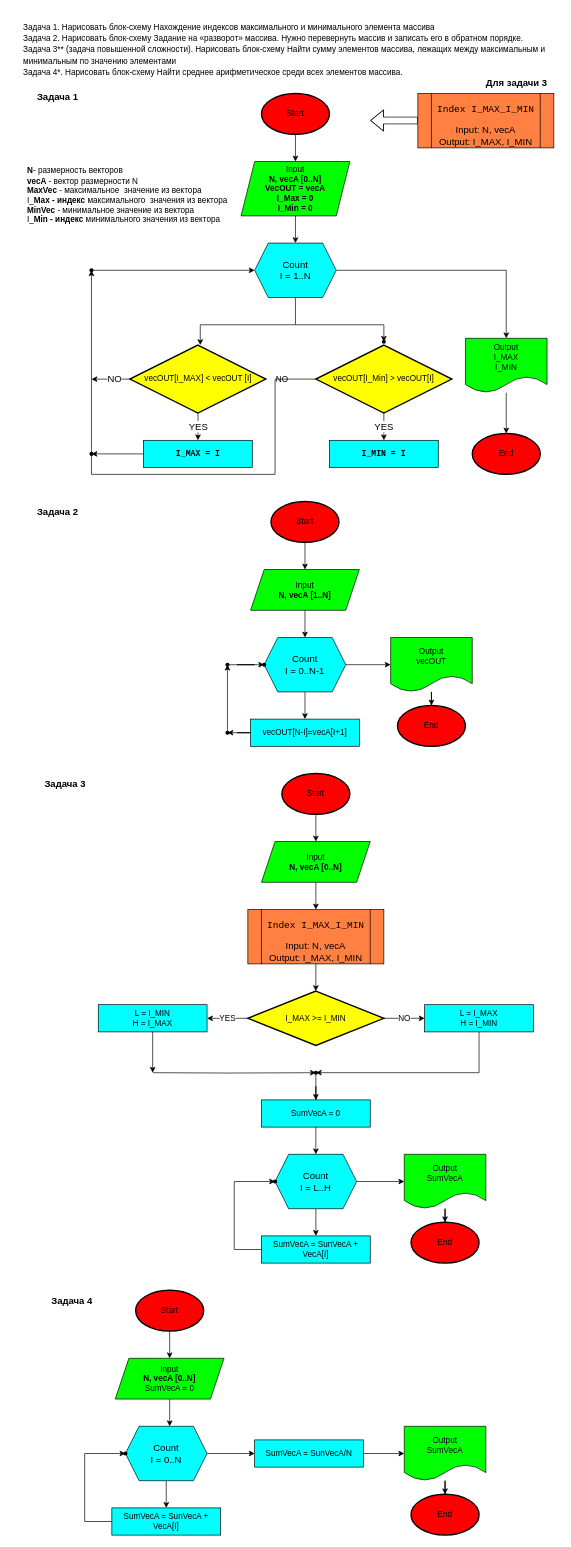
This is safonov_seminar2_hw.drawio from saffonov/gb_learning, a draw.io file, before an edit. Source tidied: cells renumbered, new cells numbered last; positions are measured from the earlier drawing's top-left corner, leaving out a move shared by most shapes. Both pictures are drawn from the tidied source at 68%, with x=0, y=0 at pixel (22, 12).
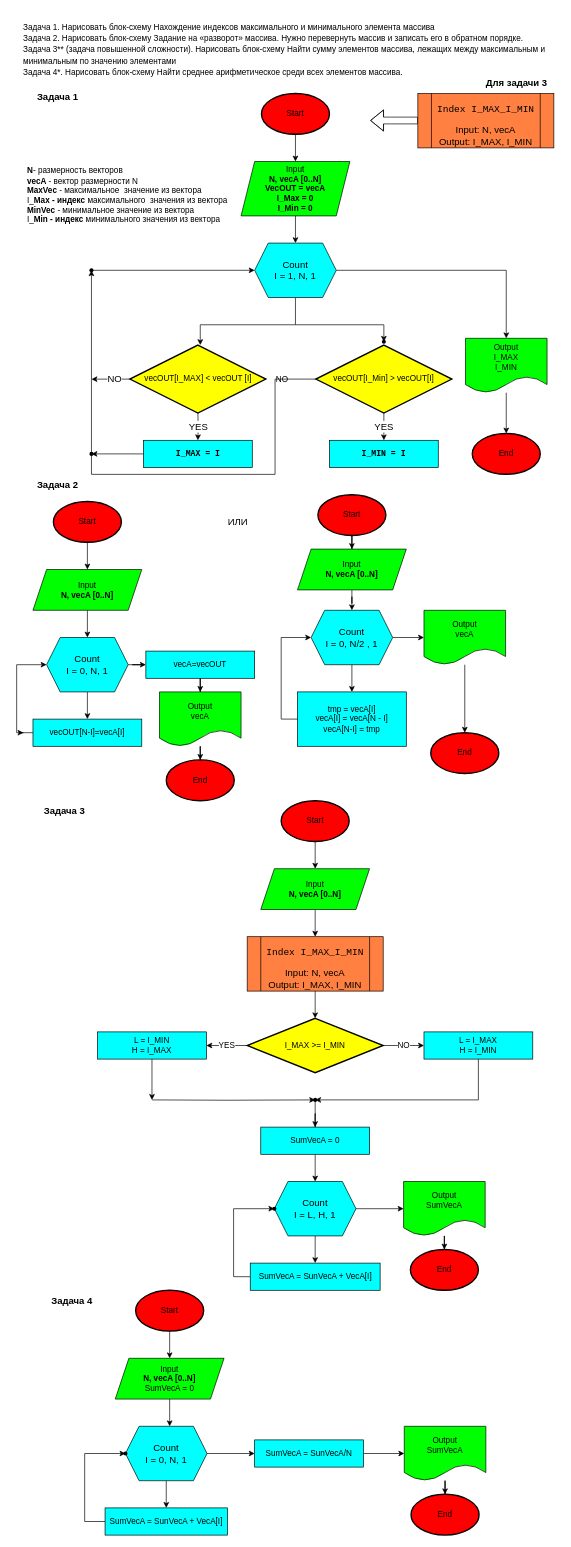
After the change.

Change to the diagram source:
```diff
@@
-    <mxCell id="14" value="&lt;div&gt;Count&lt;/div&gt;&lt;div&gt;I = 1..N&lt;br&gt;&lt;/div&gt;" style="shape=hexagon;perimeter=hexagonPerimeter2;whiteSpace=wrap;html=1;fixedSize=1;fontFamily=Helvetica;fontSize=14;fillColor=#00FFFF;" parent="1" vertex="1">
+    <mxCell id="14" value="&lt;div&gt;Count&lt;/div&gt;&lt;div&gt;I = 1, N, 1&lt;br&gt;&lt;/div&gt;" style="shape=hexagon;perimeter=hexagonPerimeter2;whiteSpace=wrap;html=1;fixedSize=1;fontFamily=Helvetica;fontSize=14;fillColor=#00FFFF;" parent="1" vertex="1">
       <mxGeometry x="342" y="340" width="120" height="80" as="geometry" />
     </mxCell>
@@
     <mxCell id="32" value="Start" style="strokeWidth=2;html=1;shape=mxgraph.flowchart.start_1;whiteSpace=wrap;fillColor=#FF0000;" parent="1" vertex="1">
-      <mxGeometry x="366" y="720" width="100" height="60" as="geometry" />
+      <mxGeometry x="46" y="720" width="100" height="60" as="geometry" />
     </mxCell>
     <mxCell id="33" value="&lt;b&gt;Задача 2&lt;br&gt;&lt;/b&gt;" style="text;html=1;align=center;verticalAlign=middle;strokeColor=none;fillColor=none;fontSize=14;fontFamily=Helvetica;" parent="1" vertex="1">
-      <mxGeometry x="12" y="720" width="80" height="30" as="geometry" />
+      <mxGeometry x="12" y="680" width="80" height="30" as="geometry" />
     </mxCell>
     <mxCell id="34" value="End" style="strokeWidth=2;html=1;shape=mxgraph.flowchart.start_1;whiteSpace=wrap;fillColor=#FF0000;" parent="1" vertex="1">
-      <mxGeometry x="552" y="1020" width="100" height="60" as="geometry" />
+      <mxGeometry x="212" y="1100" width="100" height="60" as="geometry" />
     </mxCell>
@@
-    <mxCell id="36" value="&lt;div&gt;Input&lt;/div&gt;&lt;div&gt;&lt;b&gt;N, vecA [1..N]&lt;/b&gt;&lt;/div&gt;" style="shape=parallelogram;perimeter=parallelogramPerimeter;whiteSpace=wrap;html=1;fixedSize=1;fillColor=#00FF00;" parent="1" vertex="1">
-      <mxGeometry x="336" y="820" width="160" height="60" as="geometry" />
+    <mxCell id="36" value="&lt;div&gt;Input&lt;/div&gt;&lt;div&gt;&lt;b&gt;N, vecA [0..N]&lt;/b&gt;&lt;/div&gt;" style="shape=parallelogram;perimeter=parallelogramPerimeter;whiteSpace=wrap;html=1;fixedSize=1;fillColor=#00FF00;" parent="1" vertex="1">
+      <mxGeometry x="16" y="820" width="160" height="60" as="geometry" />
     </mxCell>
@@
-    <mxCell id="38" value="&lt;div&gt;Output&lt;/div&gt;vecOUT" style="shape=document;whiteSpace=wrap;html=1;boundedLbl=1;fillColor=#00FF00;" parent="1" vertex="1">
-      <mxGeometry x="542" y="920" width="120" height="80" as="geometry" />
+    <mxCell id="38" value="&lt;div&gt;Output&lt;/div&gt;vecA" style="shape=document;whiteSpace=wrap;html=1;boundedLbl=1;fillColor=#00FF00;" parent="1" vertex="1">
+      <mxGeometry x="202" y="1000" width="120" height="80" as="geometry" />
     </mxCell>
@@
+    <mxCell id="99" style="edgeStyle=orthogonalEdgeStyle;rounded=0;jettySize=auto;html=1;fontFamily=Helvetica;fontSize=12;" parent="1" edge="1" source="40" target="101">
+      <mxGeometry relative="1" as="geometry" />
+    </mxCell>
-    <mxCell id="40" value="&lt;div&gt;Count&lt;/div&gt;&lt;div&gt;I = 0..N-1&lt;br&gt;&lt;/div&gt;" style="shape=hexagon;perimeter=hexagonPerimeter2;whiteSpace=wrap;html=1;fixedSize=1;fontFamily=Helvetica;fontSize=14;fillColor=#00FFFF;" parent="1" vertex="1">
-      <mxGeometry x="356" y="920" width="120" height="80" as="geometry" />
+    <mxCell id="40" value="&lt;div&gt;Count&lt;/div&gt;&lt;div&gt;I = 0, N, 1&lt;br&gt;&lt;/div&gt;" style="shape=hexagon;perimeter=hexagonPerimeter2;whiteSpace=wrap;html=1;fixedSize=1;fontFamily=Helvetica;fontSize=14;fillColor=#00FFFF;" parent="1" vertex="1">
+      <mxGeometry x="36" y="920" width="120" height="80" as="geometry" />
     </mxCell>
-    <mxCell id="41" style="edgeStyle=orthogonalEdgeStyle;rounded=0;jettySize=auto;html=1;fontFamily=Helvetica;fontSize=12;" parent="1" edge="1" source="42" target="48">
-      <mxGeometry relative="1" as="geometry" />
+    <mxCell id="41" style="edgeStyle=orthogonalEdgeStyle;rounded=0;jettySize=auto;html=1;fontFamily=Helvetica;fontSize=12;" parent="1" edge="1" source="42">
+      <mxGeometry relative="1" as="geometry">
+        <mxPoint x="2" y="1060" as="targetPoint" />
+      </mxGeometry>
     </mxCell>
-    <mxCell id="42" value="vecOUT[N-I]=vecA[I+1]" style="rounded=0;whiteSpace=wrap;html=1;fillColor=#00FFFF;align=center;" parent="1" vertex="1">
-      <mxGeometry x="336" y="1040" width="160" height="40" as="geometry" />
+    <mxCell id="42" value="vecOUT[N-I]=vecA[I]" style="rounded=0;whiteSpace=wrap;html=1;fillColor=#00FFFF;align=center;" parent="1" vertex="1">
+      <mxGeometry x="16" y="1040" width="160" height="40" as="geometry" />
     </mxCell>
-    <mxCell id="43" style="edgeStyle=orthogonalEdgeStyle;rounded=0;jettySize=auto;html=1;fontFamily=Helvetica;fontSize=14;exitX=1;exitY=0.5;exitDx=0;exitDy=0;" parent="1" edge="1" source="40" target="38">
-      <mxGeometry relative="1" as="geometry" />
-    </mxCell>
-    <mxCell id="44" style="edgeStyle=orthogonalEdgeStyle;rounded=0;jettySize=auto;html=1;fontFamily=Helvetica;fontSize=12;startArrow=none;" parent="1" edge="1" source="48" target="46">
+    <mxCell id="44" style="edgeStyle=orthogonalEdgeStyle;rounded=0;jettySize=auto;html=1;fontFamily=Helvetica;fontSize=12;startArrow=none;entryX=0;entryY=0.5;entryDx=0;entryDy=0;" parent="1" edge="1" target="40">
       <mxGeometry relative="1" as="geometry">
+        <mxPoint x="2" y="1060" as="sourcePoint" />
         <Array as="points">
-          <mxPoint x="302" y="960" />
+          <mxPoint x="-8" y="1060" />
+          <mxPoint x="-8" y="960" />
         </Array>
       </mxGeometry>
     </mxCell>
-    <mxCell id="45" style="edgeStyle=orthogonalEdgeStyle;rounded=0;jettySize=auto;html=1;fontFamily=Helvetica;fontSize=12;" parent="1" edge="1" source="46" target="47">
-      <mxGeometry relative="1" as="geometry" />
-    </mxCell>
-    <mxCell id="46" style="shape=waypoint;sketch=0;size=6;points=[];fillColor=#00FFFF;perimeter=centerPerimeter;snapToPoint=1;rounded=0;" parent="1" vertex="1">
-      <mxGeometry x="282" y="940" width="40" height="40" as="geometry" />
-    </mxCell>
-    <mxCell id="47" style="shape=waypoint;sketch=0;size=6;points=[];fillColor=#00FFFF;perimeter=centerPerimeter;snapToPoint=1;rounded=0;" parent="1" vertex="1">
-      <mxGeometry x="336" y="940" width="40" height="40" as="geometry" />
-    </mxCell>
-    <mxCell id="48" style="shape=waypoint;sketch=0;size=6;points=[];fillColor=#00FFFF;perimeter=centerPerimeter;snapToPoint=1;rounded=0;" parent="1" vertex="1">
-      <mxGeometry x="282" y="1040" width="40" height="40" as="geometry" />
-    </mxCell>
-    <mxCell id="49" style="edgeStyle=orthogonalEdgeStyle;rounded=0;jettySize=auto;html=1;fontFamily=Helvetica;fontSize=12;endArrow=none;" parent="1" edge="1" target="48">
-      <mxGeometry relative="1" as="geometry">
-        <mxPoint x="302" y="1060" as="sourcePoint" />
-        <Array as="points">
-          <mxPoint x="302" y="1060" />
-        </Array>
-      </mxGeometry>
-    </mxCell>
@@
     <mxCell id="51" value="&lt;div&gt;&lt;pre dir=&quot;ltr&quot; style=&quot;text-align:left&quot; id=&quot;tw-target-text&quot; class=&quot;tw-data-text tw-text-large tw-ta&quot;&gt;&lt;span class=&quot;Y2IQFc&quot; lang=&quot;en&quot;&gt;Index I_MAX_I_MIN&lt;br&gt;&lt;/span&gt;&lt;/pre&gt;&lt;/div&gt;&lt;div&gt;Input: N, vecA&lt;/div&gt;&lt;div&gt;Output: I_MAX, I_MIN&lt;br&gt;&lt;/div&gt;" style="shape=process;whiteSpace=wrap;html=1;backgroundOutline=1;fontFamily=Helvetica;fontSize=14;fillColor=#FF8040;" parent="1" vertex="1">
-      <mxGeometry x="332" y="1320" width="200" height="80" as="geometry" />
+      <mxGeometry x="331" y="1360" width="200" height="80" as="geometry" />
     </mxCell>
@@
     <mxCell id="55" value="Start" style="strokeWidth=2;html=1;shape=mxgraph.flowchart.start_1;whiteSpace=wrap;fillColor=#FF0000;" parent="1" vertex="1">
-      <mxGeometry x="382" y="1120" width="100" height="60" as="geometry" />
+      <mxGeometry x="381" y="1160" width="100" height="60" as="geometry" />
     </mxCell>
     <mxCell id="56" value="&lt;b&gt;Задача 3&lt;br&gt;&lt;/b&gt;" style="text;html=1;align=center;verticalAlign=middle;strokeColor=none;fillColor=none;fontSize=14;fontFamily=Helvetica;" parent="1" vertex="1">
-      <mxGeometry x="23" y="1120" width="80" height="30" as="geometry" />
+      <mxGeometry x="22" y="1160" width="80" height="30" as="geometry" />
     </mxCell>
@@
     <mxCell id="58" value="&lt;div&gt;Input&lt;/div&gt;&lt;div&gt;&lt;b&gt;N, vecA [0..N]&lt;/b&gt;&lt;/div&gt;" style="shape=parallelogram;perimeter=parallelogramPerimeter;whiteSpace=wrap;html=1;fixedSize=1;fillColor=#00FF00;" parent="1" vertex="1">
-      <mxGeometry x="352" y="1220" width="160" height="60" as="geometry" />
+      <mxGeometry x="351" y="1260" width="160" height="60" as="geometry" />
     </mxCell>
@@
     <mxCell id="61" value="I_MAX &amp;gt;= I_MIN" style="strokeWidth=2;html=1;shape=mxgraph.flowchart.decision;whiteSpace=wrap;labelBackgroundColor=none;fontColor=default;fillColor=#FFFF00;" parent="1" vertex="1">
-      <mxGeometry x="332" y="1440" width="200" height="80" as="geometry" />
+      <mxGeometry x="331" y="1480" width="200" height="80" as="geometry" />
     </mxCell>
     <mxCell id="62" style="edgeStyle=orthogonalEdgeStyle;rounded=0;jettySize=auto;html=1;fontFamily=Helvetica;fontSize=12;" parent="1" edge="1" source="63">
       <mxGeometry relative="1" as="geometry">
-        <mxPoint x="192" y="1560" as="targetPoint" />
+        <mxPoint x="191" y="1600" as="targetPoint" />
       </mxGeometry>
     </mxCell>
     <mxCell id="63" value="&lt;div&gt;L = I_MIN&lt;/div&gt;&lt;div&gt;H = I_MAX&lt;br&gt;&lt;/div&gt;" style="rounded=0;whiteSpace=wrap;html=1;fillColor=#00FFFF;align=center;" parent="1" vertex="1">
-      <mxGeometry x="112" y="1460" width="160" height="40" as="geometry" />
+      <mxGeometry x="111" y="1500" width="160" height="40" as="geometry" />
     </mxCell>
     <mxCell id="64" style="edgeStyle=orthogonalEdgeStyle;rounded=0;jettySize=auto;html=1;fontFamily=Helvetica;fontSize=12;" parent="1" edge="1" source="65" target="75">
       <mxGeometry relative="1" as="geometry">
         <Array as="points">
-          <mxPoint x="672" y="1560" />
+          <mxPoint x="671" y="1600" />
         </Array>
       </mxGeometry>
     </mxCell>
     <mxCell id="65" value="&lt;div&gt;L = I_MAX&lt;/div&gt;&lt;div&gt;H = I_MIN&lt;br&gt;&lt;/div&gt;" style="rounded=0;whiteSpace=wrap;html=1;fillColor=#00FFFF;align=center;" parent="1" vertex="1">
-      <mxGeometry x="592" y="1460" width="160" height="40" as="geometry" />
+      <mxGeometry x="591" y="1500" width="160" height="40" as="geometry" />
     </mxCell>
     <mxCell id="66" value="End" style="strokeWidth=2;html=1;shape=mxgraph.flowchart.start_1;whiteSpace=wrap;fillColor=#FF0000;" parent="1" vertex="1">
-      <mxGeometry x="572" y="1780" width="100" height="60" as="geometry" />
+      <mxGeometry x="571" y="1820" width="100" height="60" as="geometry" />
     </mxCell>
@@
     <mxCell id="68" value="&lt;div&gt;Output&lt;/div&gt;SumVecA" style="shape=document;whiteSpace=wrap;html=1;boundedLbl=1;fillColor=#00FF00;" parent="1" vertex="1">
-      <mxGeometry x="562" y="1680" width="120" height="80" as="geometry" />
+      <mxGeometry x="561" y="1720" width="120" height="80" as="geometry" />
     </mxCell>
@@
-    <mxCell id="70" value="&lt;div&gt;Count&lt;/div&gt;&lt;div&gt;I = L..H&lt;br&gt;&lt;/div&gt;" style="shape=hexagon;perimeter=hexagonPerimeter2;whiteSpace=wrap;html=1;fixedSize=1;fontFamily=Helvetica;fontSize=14;fillColor=#00FFFF;" parent="1" vertex="1">
-      <mxGeometry x="372" y="1680" width="120" height="80" as="geometry" />
+    <mxCell id="70" value="&lt;div&gt;Count&lt;/div&gt;&lt;div&gt;I = L, H, 1&lt;br&gt;&lt;/div&gt;" style="shape=hexagon;perimeter=hexagonPerimeter2;whiteSpace=wrap;html=1;fixedSize=1;fontFamily=Helvetica;fontSize=14;fillColor=#00FFFF;" parent="1" vertex="1">
+      <mxGeometry x="371" y="1720" width="120" height="80" as="geometry" />
     </mxCell>
@@
     <mxCell id="73" style="edgeStyle=orthogonalEdgeStyle;rounded=0;jettySize=auto;html=1;fontFamily=Helvetica;fontSize=12;" parent="1" edge="1" target="75">
       <mxGeometry relative="1" as="geometry">
-        <mxPoint x="192" y="1560" as="sourcePoint" />
+        <mxPoint x="191" y="1600" as="sourcePoint" />
       </mxGeometry>
     </mxCell>
@@
     <mxCell id="75" style="shape=waypoint;sketch=0;size=6;points=[];fillColor=#00FFFF;perimeter=centerPerimeter;snapToPoint=1;rounded=0;" parent="1" vertex="1">
-      <mxGeometry x="412" y="1540" width="40" height="40" as="geometry" />
+      <mxGeometry x="411" y="1580" width="40" height="40" as="geometry" />
     </mxCell>
@@
     <mxCell id="77" value="SumVecA = 0" style="rounded=0;whiteSpace=wrap;html=1;fillColor=#00FFFF;align=center;" parent="1" vertex="1">
-      <mxGeometry x="352" y="1600" width="160" height="40" as="geometry" />
+      <mxGeometry x="351" y="1640" width="160" height="40" as="geometry" />
     </mxCell>
     <mxCell id="78" style="edgeStyle=orthogonalEdgeStyle;rounded=0;jettySize=auto;html=1;fontFamily=Helvetica;fontSize=12;" parent="1" edge="1" source="79" target="80">
       <mxGeometry relative="1" as="geometry">
         <Array as="points">
-          <mxPoint x="312" y="1820" />
-          <mxPoint x="312" y="1720" />
+          <mxPoint x="311" y="1860" />
+          <mxPoint x="311" y="1760" />
         </Array>
       </mxGeometry>
     </mxCell>
     <mxCell id="79" value="SumVecA = SunVecA + VecA[I]" style="rounded=0;whiteSpace=wrap;html=1;fillColor=#00FFFF;align=center;" parent="1" vertex="1">
-      <mxGeometry x="352" y="1800" width="160" height="40" as="geometry" />
+      <mxGeometry x="335.5" y="1840" width="191" height="40" as="geometry" />
     </mxCell>
     <mxCell id="80" style="shape=waypoint;sketch=0;size=6;points=[];fillColor=#00FFFF;perimeter=centerPerimeter;snapToPoint=1;rounded=0;" parent="1" vertex="1">
-      <mxGeometry x="352" y="1700" width="40" height="40" as="geometry" />
+      <mxGeometry x="351" y="1740" width="40" height="40" as="geometry" />
     </mxCell>
@@
-    <mxCell id="92" value="&lt;div&gt;Count&lt;/div&gt;&lt;div&gt;I = 0..N&lt;br&gt;&lt;/div&gt;" style="shape=hexagon;perimeter=hexagonPerimeter2;whiteSpace=wrap;html=1;fixedSize=1;fontFamily=Helvetica;fontSize=14;fillColor=#00FFFF;" parent="1" vertex="1">
+    <mxCell id="92" value="&lt;div&gt;Count&lt;/div&gt;&lt;div&gt;I = 0, N, 1&lt;br&gt;&lt;/div&gt;" style="shape=hexagon;perimeter=hexagonPerimeter2;whiteSpace=wrap;html=1;fixedSize=1;fontFamily=Helvetica;fontSize=14;fillColor=#00FFFF;" parent="1" vertex="1">
       <mxGeometry x="152" y="2080" width="120" height="80" as="geometry" />
     </mxCell>
@@
     <mxCell id="95" value="SumVecA = SunVecA + VecA[I]" style="rounded=0;whiteSpace=wrap;html=1;fillColor=#00FFFF;align=center;" parent="1" vertex="1">
-      <mxGeometry x="132" y="2200" width="160" height="40" as="geometry" />
+      <mxGeometry x="122" y="2200" width="180" height="40" as="geometry" />
     </mxCell>
@@
+    <mxCell id="100" style="edgeStyle=orthogonalEdgeStyle;rounded=0;jettySize=auto;html=1;fontFamily=Helvetica;fontSize=12;" parent="1" edge="1" source="101" target="38">
+      <mxGeometry relative="1" as="geometry" />
+    </mxCell>
+    <mxCell id="101" value="vecA=vecOUT" style="rounded=0;whiteSpace=wrap;html=1;fillColor=#00FFFF;align=center;" parent="1" vertex="1">
+      <mxGeometry x="182" y="940" width="160" height="40" as="geometry" />
+    </mxCell>
+    <mxCell id="102" style="edgeStyle=orthogonalEdgeStyle;rounded=0;jettySize=auto;html=1;fontFamily=Helvetica;fontSize=12;" parent="1" edge="1" source="103" target="106">
+      <mxGeometry relative="1" as="geometry" />
+    </mxCell>
+    <mxCell id="103" value="Start" style="strokeWidth=2;html=1;shape=mxgraph.flowchart.start_1;whiteSpace=wrap;fillColor=#FF0000;" parent="1" vertex="1">
+      <mxGeometry x="435" y="710" width="100" height="60" as="geometry" />
+    </mxCell>
+    <mxCell id="104" value="End" style="strokeWidth=2;html=1;shape=mxgraph.flowchart.start_1;whiteSpace=wrap;fillColor=#FF0000;" parent="1" vertex="1">
+      <mxGeometry x="601" y="1060" width="100" height="60" as="geometry" />
+    </mxCell>
+    <mxCell id="105" style="edgeStyle=orthogonalEdgeStyle;rounded=0;jettySize=auto;html=1;fontFamily=Helvetica;fontSize=14;" parent="1" edge="1" source="106" target="111">
+      <mxGeometry relative="1" as="geometry" />
+    </mxCell>
+    <mxCell id="106" value="&lt;div&gt;Input&lt;/div&gt;&lt;div&gt;&lt;b&gt;N, vecA [0..N]&lt;/b&gt;&lt;/div&gt;" style="shape=parallelogram;perimeter=parallelogramPerimeter;whiteSpace=wrap;html=1;fixedSize=1;fillColor=#00FF00;" parent="1" vertex="1">
+      <mxGeometry x="405" y="790" width="160" height="60" as="geometry" />
+    </mxCell>
+    <mxCell id="107" style="edgeStyle=orthogonalEdgeStyle;rounded=0;jettySize=auto;html=1;fontFamily=Helvetica;fontSize=14;" parent="1" edge="1" source="108" target="104">
+      <mxGeometry relative="1" as="geometry" />
+    </mxCell>
+    <mxCell id="108" value="&lt;div&gt;Output&lt;/div&gt;vecA" style="shape=document;whiteSpace=wrap;html=1;boundedLbl=1;fillColor=#00FF00;" parent="1" vertex="1">
+      <mxGeometry x="591" y="880" width="120" height="80" as="geometry" />
+    </mxCell>
+    <mxCell id="109" style="edgeStyle=orthogonalEdgeStyle;rounded=0;jettySize=auto;html=1;fontFamily=Helvetica;fontSize=12;" parent="1" edge="1" source="111" target="112">
+      <mxGeometry relative="1" as="geometry" />
+    </mxCell>
+    <mxCell id="110" style="edgeStyle=orthogonalEdgeStyle;rounded=0;jettySize=auto;html=1;fontFamily=Helvetica;fontSize=12;" parent="1" edge="1" source="111" target="108">
+      <mxGeometry relative="1" as="geometry" />
+    </mxCell>
+    <mxCell id="111" value="&lt;div&gt;Count&lt;/div&gt;&lt;div&gt;I = 0, N/2 , 1&lt;br&gt;&lt;/div&gt;" style="shape=hexagon;perimeter=hexagonPerimeter2;whiteSpace=wrap;html=1;fixedSize=1;fontFamily=Helvetica;fontSize=14;fillColor=#00FFFF;" parent="1" vertex="1">
+      <mxGeometry x="425" y="880" width="120" height="80" as="geometry" />
+    </mxCell>
+    <mxCell id="112" value="&lt;div&gt;tmp = vecA[I]&lt;/div&gt;&lt;div&gt;vecA[I] = vecA[N - I]&lt;/div&gt;&lt;div&gt;vecA[N-I] = tmp&lt;br&gt;&lt;/div&gt;" style="rounded=0;whiteSpace=wrap;html=1;fillColor=#00FFFF;align=center;" parent="1" vertex="1">
+      <mxGeometry x="405" y="1000" width="160" height="80" as="geometry" />
+    </mxCell>
+    <mxCell id="113" style="edgeStyle=orthogonalEdgeStyle;rounded=0;jettySize=auto;html=1;fontFamily=Helvetica;fontSize=12;startArrow=none;entryX=0;entryY=0.5;entryDx=0;entryDy=0;exitX=0;exitY=0.5;exitDx=0;exitDy=0;" parent="1" edge="1" source="112" target="111">
+      <mxGeometry relative="1" as="geometry">
+        <Array as="points">
+          <mxPoint x="381" y="1040" />
+          <mxPoint x="381" y="920" />
+        </Array>
+      </mxGeometry>
+    </mxCell>
+    <mxCell id="114" value="ИЛИ" style="text;html=1;align=center;verticalAlign=middle;strokeColor=none;fillColor=none;fontSize=14;fontFamily=Helvetica;" parent="1" vertex="1">
+      <mxGeometry x="292" y="735" width="50" height="30" as="geometry" />
+    </mxCell>
```
